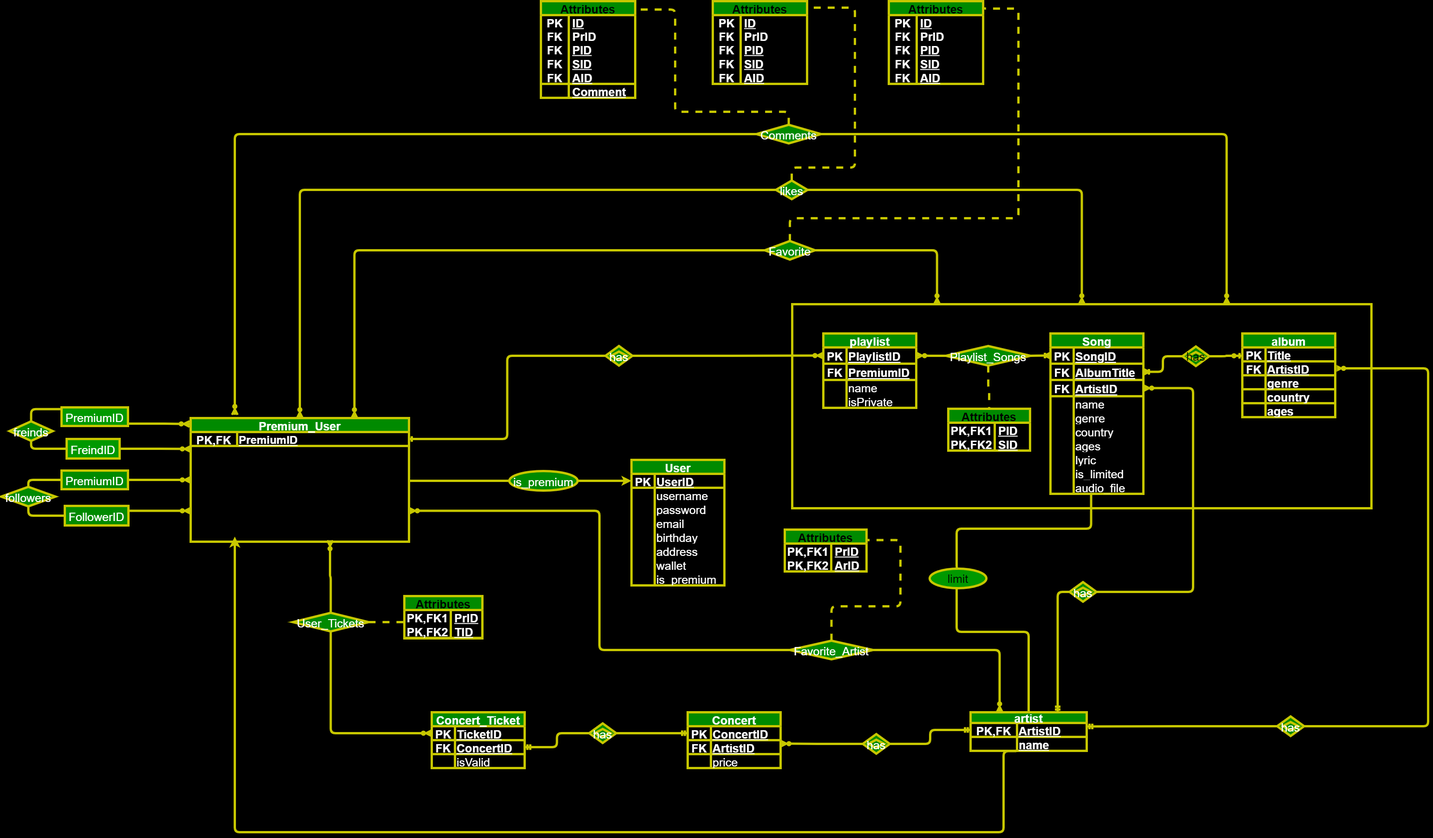
Above: ER/ER-diagram-spotify.png in danialmd81/spotify (draw.io), before the change. Source tidied: cells renumbered, new cells last; positions are measured from the earlier drawing's top-left corner, leaving out a move shared by most shapes.
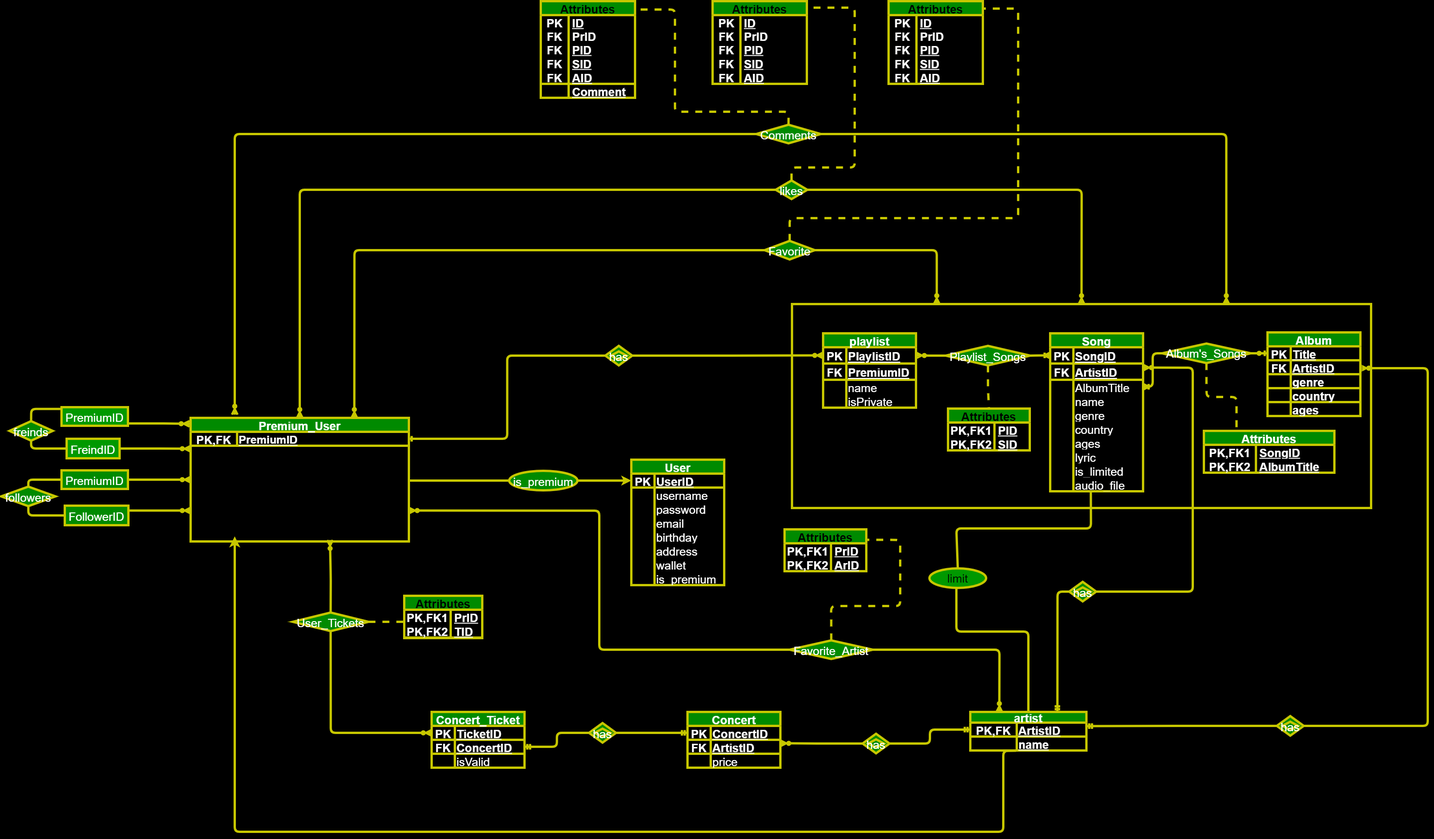
Above is the later version.

Change to the diagram source:
```diff
@@ -164,3 +164,3 @@
     <mxCell id="53" value="Song" style="shape=table;startSize=30;rowLines=0;fontStyle=1;align=center;strokeColor=#C7C700;fontColor=#ffffff;fillColor=#008a00;labelBackgroundColor=none;rounded=0;strokeWidth=5;swimlaneLine=1;fixDash=0;comic=0;enumerate=0;backgroundOutline=0;fontSize=25;labelBorderColor=none;perimeterSpacing=0;swimlaneFillColor=#000000;spacingTop=0;spacingLeft=2;spacingRight=2;" parent="1" vertex="1">
-      <mxGeometry x="2259" y="715" width="200" height="345" as="geometry" />
+      <mxGeometry x="2259" y="715" width="200" height="340" as="geometry" />
     </mxCell>
@@ -175,13 +175,4 @@
     </mxCell>
-    <mxCell id="57" style="shape=tableRow;horizontal=0;startSize=0;swimlaneHead=0;swimlaneBody=0;fillColor=none;top=0;left=0;right=0;bottom=1;strokeColor=#C7C700;fontColor=#FFFFFF;labelBackgroundColor=none;rounded=0;strokeWidth=5;swimlaneLine=1;fixDash=0;comic=0;enumerate=0;backgroundOutline=0;fontSize=25;labelBorderColor=none;perimeterSpacing=0;swimlaneFillColor=#000000;spacingTop=0;spacingLeft=2;spacingRight=2;" parent="53" vertex="1">
-      <mxGeometry y="65" width="200" height="35" as="geometry" />
-    </mxCell>
-    <mxCell id="58" value="FK" style="shape=partialRectangle;fillColor=none;top=0;left=0;bottom=0;right=0;fontStyle=1;overflow=hidden;strokeColor=#C7C700;fontColor=#FFFFFF;labelBackgroundColor=none;rounded=0;strokeWidth=5;swimlaneLine=1;fixDash=0;comic=0;enumerate=0;backgroundOutline=0;fontSize=25;labelBorderColor=none;perimeterSpacing=0;swimlaneFillColor=#000000;spacingTop=0;spacingLeft=2;spacingRight=2;" parent="57" vertex="1">
-      <mxGeometry width="50" height="35" as="geometry" />
-    </mxCell>
-    <mxCell id="59" value="AlbumTitle" style="shape=partialRectangle;fillColor=none;top=0;left=0;bottom=0;right=0;align=left;spacingLeft=2;fontStyle=5;overflow=hidden;strokeColor=#C7C700;fontColor=#FFFFFF;labelBackgroundColor=none;rounded=0;strokeWidth=5;swimlaneLine=1;fixDash=0;snapToPoint=0;comic=0;enumerate=0;backgroundOutline=0;fontSize=25;labelBorderColor=none;perimeterSpacing=0;swimlaneFillColor=#000000;spacingTop=0;spacingRight=2;" parent="57" vertex="1">
-      <mxGeometry x="50" width="150" height="35" as="geometry" />
-    </mxCell>
     <mxCell id="60" style="shape=tableRow;horizontal=0;startSize=0;swimlaneHead=0;swimlaneBody=0;fillColor=none;top=0;left=0;right=0;bottom=1;strokeColor=#C7C700;fontColor=#FFFFFF;labelBackgroundColor=none;rounded=0;strokeWidth=5;swimlaneLine=1;fixDash=0;comic=0;enumerate=0;backgroundOutline=0;fontSize=25;labelBorderColor=none;perimeterSpacing=0;swimlaneFillColor=#000000;spacingTop=0;spacingLeft=2;spacingRight=2;" parent="53" vertex="1">
-      <mxGeometry y="100" width="200" height="35" as="geometry" />
+      <mxGeometry y="65" width="200" height="35" as="geometry" />
     </mxCell>
@@ -193,4 +184,13 @@
     </mxCell>
+    <mxCell id="254" style="shape=tableRow;horizontal=0;startSize=0;swimlaneHead=0;swimlaneBody=0;fillColor=none;top=0;left=0;right=0;bottom=0;strokeColor=#C7C700;fontColor=#FFFFFF;labelBackgroundColor=none;rounded=0;strokeWidth=5;swimlaneLine=1;fixDash=0;comic=0;enumerate=0;backgroundOutline=0;fontSize=25;labelBorderColor=none;perimeterSpacing=0;swimlaneFillColor=#000000;spacingTop=0;spacingLeft=2;spacingRight=2;" parent="53" vertex="1">
+      <mxGeometry y="100" width="200" height="30" as="geometry" />
+    </mxCell>
+    <mxCell id="255" style="shape=partialRectangle;fillColor=none;top=0;left=0;bottom=0;right=0;overflow=hidden;strokeColor=#C7C700;fontColor=#FFFFFF;labelBackgroundColor=none;rounded=0;strokeWidth=5;swimlaneLine=1;fixDash=0;comic=0;enumerate=0;backgroundOutline=0;fontSize=25;labelBorderColor=none;perimeterSpacing=0;swimlaneFillColor=#000000;spacingTop=0;spacingLeft=2;spacingRight=2;" parent="254" vertex="1">
+      <mxGeometry width="50" height="30" as="geometry" />
+    </mxCell>
+    <mxCell id="256" value="AlbumTitle" style="shape=partialRectangle;fillColor=none;top=0;left=0;bottom=0;right=0;align=left;spacingLeft=2;overflow=hidden;strokeColor=#C7C700;fontColor=#FFFFFF;labelBackgroundColor=none;rounded=0;strokeWidth=5;swimlaneLine=1;fixDash=0;snapToPoint=0;comic=0;enumerate=0;backgroundOutline=0;fontSize=25;labelBorderColor=none;perimeterSpacing=0;swimlaneFillColor=#000000;spacingTop=0;spacingRight=2;fontStyle=0;" parent="254" vertex="1">
+      <mxGeometry x="50" width="150" height="30" as="geometry" />
+    </mxCell>
     <mxCell id="63" style="shape=tableRow;horizontal=0;startSize=0;swimlaneHead=0;swimlaneBody=0;fillColor=none;top=0;left=0;right=0;bottom=0;strokeColor=#C7C700;fontColor=#FFFFFF;labelBackgroundColor=none;rounded=0;strokeWidth=5;swimlaneLine=1;fixDash=0;comic=0;enumerate=0;backgroundOutline=0;fontSize=25;labelBorderColor=none;perimeterSpacing=0;swimlaneFillColor=#000000;spacingTop=0;spacingLeft=2;spacingRight=2;" parent="53" vertex="1">
-      <mxGeometry y="135" width="200" height="30" as="geometry" />
+      <mxGeometry y="130" width="200" height="30" as="geometry" />
     </mxCell>
@@ -203,3 +203,3 @@
     <mxCell id="66" style="shape=tableRow;horizontal=0;startSize=0;swimlaneHead=0;swimlaneBody=0;fillColor=none;top=0;left=0;right=0;bottom=0;strokeColor=#C7C700;fontColor=#FFFFFF;labelBackgroundColor=none;rounded=0;strokeWidth=5;swimlaneLine=1;fixDash=0;comic=0;enumerate=0;backgroundOutline=0;fontSize=25;labelBorderColor=none;perimeterSpacing=0;swimlaneFillColor=#000000;spacingTop=0;spacingLeft=2;spacingRight=2;" parent="53" vertex="1">
-      <mxGeometry y="165" width="200" height="30" as="geometry" />
+      <mxGeometry y="160" width="200" height="30" as="geometry" />
     </mxCell>
@@ -212,3 +212,3 @@
     <mxCell id="69" style="shape=tableRow;horizontal=0;startSize=0;swimlaneHead=0;swimlaneBody=0;fillColor=none;top=0;left=0;right=0;bottom=0;strokeColor=#C7C700;fontColor=#FFFFFF;labelBackgroundColor=none;rounded=0;strokeWidth=5;swimlaneLine=1;fixDash=0;comic=0;enumerate=0;backgroundOutline=0;fontSize=25;labelBorderColor=none;perimeterSpacing=0;swimlaneFillColor=#000000;spacingTop=0;spacingLeft=2;spacingRight=2;" parent="53" vertex="1">
-      <mxGeometry y="195" width="200" height="30" as="geometry" />
+      <mxGeometry y="190" width="200" height="30" as="geometry" />
     </mxCell>
@@ -221,3 +221,3 @@
     <mxCell id="72" style="shape=tableRow;horizontal=0;startSize=0;swimlaneHead=0;swimlaneBody=0;fillColor=none;top=0;left=0;right=0;bottom=0;strokeColor=#C7C700;fontColor=#FFFFFF;labelBackgroundColor=none;rounded=0;strokeWidth=5;swimlaneLine=1;fixDash=0;comic=0;enumerate=0;backgroundOutline=0;fontSize=25;labelBorderColor=none;perimeterSpacing=0;swimlaneFillColor=#000000;spacingTop=0;spacingLeft=2;spacingRight=2;" parent="53" vertex="1">
-      <mxGeometry y="225" width="200" height="30" as="geometry" />
+      <mxGeometry y="220" width="200" height="30" as="geometry" />
     </mxCell>
@@ -230,3 +230,3 @@
     <mxCell id="75" style="shape=tableRow;horizontal=0;startSize=0;swimlaneHead=0;swimlaneBody=0;fillColor=none;top=0;left=0;right=0;bottom=0;strokeColor=#C7C700;fontColor=#FFFFFF;labelBackgroundColor=none;rounded=0;strokeWidth=5;swimlaneLine=1;fixDash=0;comic=0;enumerate=0;backgroundOutline=0;fontSize=25;labelBorderColor=none;perimeterSpacing=0;swimlaneFillColor=#000000;spacingTop=0;spacingLeft=2;spacingRight=2;" parent="53" vertex="1">
-      <mxGeometry y="255" width="200" height="30" as="geometry" />
+      <mxGeometry y="250" width="200" height="30" as="geometry" />
     </mxCell>
@@ -239,3 +239,3 @@
     <mxCell id="78" style="shape=tableRow;horizontal=0;startSize=0;swimlaneHead=0;swimlaneBody=0;fillColor=none;top=0;left=0;right=0;bottom=0;strokeColor=#C7C700;fontColor=#FFFFFF;labelBackgroundColor=none;rounded=0;strokeWidth=5;swimlaneLine=1;fixDash=0;comic=0;enumerate=0;backgroundOutline=0;fontSize=25;labelBorderColor=none;perimeterSpacing=0;swimlaneFillColor=#000000;spacingTop=0;spacingLeft=2;spacingRight=2;" parent="53" vertex="1">
-      <mxGeometry y="285" width="200" height="30" as="geometry" />
+      <mxGeometry y="280" width="200" height="30" as="geometry" />
     </mxCell>
@@ -248,3 +248,3 @@
     <mxCell id="81" style="shape=tableRow;horizontal=0;startSize=0;swimlaneHead=0;swimlaneBody=0;fillColor=none;top=0;left=0;right=0;bottom=0;strokeColor=#C7C700;fontColor=#FFFFFF;labelBackgroundColor=none;rounded=0;strokeWidth=5;swimlaneLine=1;fixDash=0;comic=0;enumerate=0;backgroundOutline=0;fontSize=25;labelBorderColor=none;perimeterSpacing=0;swimlaneFillColor=#000000;spacingTop=0;spacingLeft=2;spacingRight=2;" parent="53" vertex="1">
-      <mxGeometry y="315" width="200" height="30" as="geometry" />
+      <mxGeometry y="310" width="200" height="30" as="geometry" />
     </mxCell>
@@ -469,3 +469,3 @@
     </mxCell>
-    <mxCell id="141" style="edgeStyle=orthogonalEdgeStyle;fontSize=25;endArrow=ERzeroToMany;endFill=0;labelBackgroundColor=none;strokeColor=#C7C700;fontFamily=Helvetica;fontColor=#FFFFFF;fillColor=#A8DADC;shape=connector;exitX=1;exitY=0.5;exitDx=0;exitDy=0;strokeWidth=5;swimlaneLine=1;fixDash=0;snapToPoint=0;comic=0;enumerate=0;backgroundOutline=0;labelBorderColor=none;entryX=1;entryY=0.5;entryDx=0;entryDy=0;rounded=1;spacingTop=0;spacingLeft=2;spacingRight=2;" parent="1" edge="1" source="139" target="62">
+    <mxCell id="141" style="edgeStyle=orthogonalEdgeStyle;fontSize=25;endArrow=ERzeroToMany;endFill=0;labelBackgroundColor=none;strokeColor=#C7C700;fontFamily=Helvetica;fontColor=#FFFFFF;fillColor=#A8DADC;shape=connector;exitX=1;exitY=0.5;exitDx=0;exitDy=0;strokeWidth=5;swimlaneLine=1;fixDash=0;snapToPoint=0;comic=0;enumerate=0;backgroundOutline=0;labelBorderColor=none;entryX=1;entryY=0.25;entryDx=0;entryDy=0;rounded=1;spacingTop=0;spacingLeft=2;spacingRight=2;" parent="1" edge="1" source="139" target="62">
       <mxGeometry relative="1" as="geometry">
@@ -473,3 +473,4 @@
           <mxPoint x="2566" y="1271" />
-          <mxPoint x="2566" y="833" />
+          <mxPoint x="2566" y="789" />
+          <mxPoint x="2563" y="789" />
         </Array>
@@ -485,9 +486,7 @@
     </mxCell>
-    <mxCell id="143" style="edgeStyle=orthogonalEdgeStyle;shape=connector;exitX=0;exitY=0.5;exitDx=0;exitDy=0;labelBackgroundColor=none;strokeColor=#C7C700;fontFamily=Helvetica;fontSize=25;fontColor=#FFFFFF;startArrow=none;startFill=0;endArrow=ERoneToMany;endFill=0;fillColor=#A8DADC;entryX=1;entryY=0.5;entryDx=0;entryDy=0;strokeWidth=5;swimlaneLine=1;fixDash=0;snapToPoint=0;comic=0;enumerate=0;backgroundOutline=0;labelBorderColor=none;rounded=1;spacingTop=0;spacingLeft=2;spacingRight=2;" parent="1" edge="1" source="195" target="59">
+    <mxCell id="143" style="edgeStyle=orthogonalEdgeStyle;shape=connector;exitX=0;exitY=0.5;exitDx=0;exitDy=0;labelBackgroundColor=none;strokeColor=#C7C700;fontFamily=Helvetica;fontSize=25;fontColor=#FFFFFF;startArrow=none;startFill=0;endArrow=ERoneToMany;endFill=0;fillColor=#A8DADC;entryX=1;entryY=0.5;entryDx=0;entryDy=0;strokeWidth=5;swimlaneLine=1;fixDash=0;snapToPoint=0;comic=0;enumerate=0;backgroundOutline=0;labelBorderColor=none;rounded=1;spacingTop=0;spacingLeft=2;spacingRight=2;" parent="1" edge="1" source="258" target="256">
       <mxGeometry relative="1" as="geometry" />
     </mxCell>
-    <mxCell id="144" style="fontSize=25;endArrow=ERzeroToOne;endFill=0;labelBackgroundColor=none;strokeColor=#C7C700;fontFamily=Helvetica;fontColor=#FFFFFF;fillColor=#A8DADC;shape=connector;strokeWidth=5;swimlaneLine=1;fixDash=0;snapToPoint=0;comic=0;enumerate=0;backgroundOutline=0;labelBorderColor=none;edgeStyle=orthogonalEdgeStyle;rounded=1;spacingTop=0;spacingLeft=2;spacingRight=2;exitX=1;exitY=0.5;exitDx=0;exitDy=0;" parent="1" edge="1" source="195">
-      <mxGeometry relative="1" as="geometry">
-        <mxPoint x="2672" y="763" as="targetPoint" />
-      </mxGeometry>
+    <mxCell id="144" style="fontSize=25;endArrow=ERzeroToOne;endFill=0;labelBackgroundColor=none;strokeColor=#C7C700;fontFamily=Helvetica;fontColor=#FFFFFF;fillColor=#A8DADC;shape=connector;strokeWidth=5;swimlaneLine=1;fixDash=0;snapToPoint=0;comic=0;enumerate=0;backgroundOutline=0;labelBorderColor=none;edgeStyle=orthogonalEdgeStyle;rounded=1;spacingTop=0;spacingLeft=2;spacingRight=2;exitX=1;exitY=0.5;exitDx=0;exitDy=0;entryX=0;entryY=0.5;entryDx=0;entryDy=0;" parent="1" edge="1" source="258" target="164">
+      <mxGeometry relative="1" as="geometry" />
     </mxCell>
@@ -544,4 +543,4 @@
     </mxCell>
-    <mxCell id="162" value="album" style="shape=table;startSize=30;rowLines=0;fontStyle=1;align=center;labelBackgroundColor=none;shadow=1;rounded=0;fillColor=#008a00;fontColor=#ffffff;strokeColor=#C7C700;strokeWidth=5;swimlaneLine=1;fixDash=0;comic=0;enumerate=0;backgroundOutline=0;fontSize=25;labelBorderColor=none;perimeterSpacing=0;swimlaneFillColor=#000000;spacingTop=0;spacingLeft=2;spacingRight=2;" parent="1" vertex="1">
-      <mxGeometry x="2672" y="715" width="200" height="180" as="geometry" />
+    <mxCell id="162" value="Album" style="shape=table;startSize=30;rowLines=0;fontStyle=1;align=center;labelBackgroundColor=none;shadow=1;rounded=0;fillColor=#008a00;fontColor=#ffffff;strokeColor=#C7C700;strokeWidth=5;swimlaneLine=1;fixDash=0;comic=0;enumerate=0;backgroundOutline=0;fontSize=25;labelBorderColor=none;perimeterSpacing=0;swimlaneFillColor=#000000;spacingTop=0;spacingLeft=2;spacingRight=2;" parent="1" vertex="1">
+      <mxGeometry x="2727" y="713" width="200" height="180" as="geometry" />
     </mxCell>
@@ -648,5 +647,2 @@
     </mxCell>
-    <mxCell id="195" value="has" style="shape=rhombus;double=1;perimeter=rhombusPerimeter;whiteSpace=wrap;html=1;align=center;rounded=0;labelBackgroundColor=none;labelBorderColor=none;comic=0;strokeColor=#C7C700;strokeWidth=5;fontFamily=Helvetica;fontSize=25;fontColor=default;startSize=30;fillColor=#008a00;" parent="1" vertex="1">
-      <mxGeometry x="2543" y="743" width="58" height="42" as="geometry" />
-    </mxCell>
     <mxCell id="196" value="Attributes" style="shape=table;startSize=30;rowLines=0;fontStyle=1;align=center;rounded=0;labelBackgroundColor=none;labelBorderColor=none;comic=0;strokeColor=#C7C700;strokeWidth=5;fontFamily=Helvetica;fontSize=25;fontColor=default;fillColor=#008a00;" parent="1" vertex="1">
@@ -825,2 +821,29 @@
     </mxCell>
+    <mxCell id="257" style="edgeStyle=orthogonalEdgeStyle;html=1;exitX=0.5;exitY=1;exitDx=0;exitDy=0;entryX=0.25;entryY=0;entryDx=0;entryDy=0;fontFamily=Helvetica;fontSize=25;fontColor=#FFFFFF;labelBackgroundColor=none;endArrow=none;strokeColor=#C7C700;comic=0;labelBorderColor=none;strokeWidth=5;endFill=0;targetPerimeterSpacing=0;fillColor=#A8DADC;dashed=1;" parent="1" edge="1" source="258" target="259">
+      <mxGeometry relative="1" as="geometry" />
+    </mxCell>
+    <mxCell id="258" value="Album's_Songs" style="shape=rhombus;perimeter=rhombusPerimeter;whiteSpace=wrap;html=1;align=center;rounded=0;labelBackgroundColor=none;labelBorderColor=none;comic=0;strokeColor=#C7C700;strokeWidth=5;fontFamily=Helvetica;fontSize=25;fontColor=#FFFFFF;fillColor=#008a00;gradientColor=none;" parent="1" vertex="1">
+      <mxGeometry x="2500" y="737" width="191" height="42" as="geometry" />
+    </mxCell>
+    <mxCell id="259" value="Attributes" style="shape=table;startSize=30;rowLines=0;fontStyle=1;align=center;rounded=0;labelBackgroundColor=none;labelBorderColor=none;comic=0;strokeColor=#C7C700;strokeWidth=5;fontFamily=Helvetica;fontSize=25;fontColor=#FFFFFF;fillColor=#008a00;gradientColor=none;" parent="1" vertex="1">
+      <mxGeometry x="2590" y="925" width="281" height="90" as="geometry" />
+    </mxCell>
+    <mxCell id="260" style="shape=tableRow;horizontal=0;startSize=0;swimlaneHead=0;swimlaneBody=0;fillColor=none;top=0;left=0;right=0;bottom=0;rounded=0;labelBackgroundColor=none;labelBorderColor=none;comic=0;strokeColor=#C7C700;strokeWidth=5;fontFamily=Helvetica;fontSize=25;fontColor=#FFFFFF;" parent="259" vertex="1">
+      <mxGeometry y="30" width="281" height="30" as="geometry" />
+    </mxCell>
+    <mxCell id="261" value="PK,FK1" style="shape=partialRectangle;fillColor=none;top=0;left=0;bottom=0;right=0;fontStyle=1;overflow=hidden;rounded=0;labelBackgroundColor=none;labelBorderColor=none;comic=0;strokeColor=#C7C700;strokeWidth=5;fontFamily=Helvetica;fontSize=25;fontColor=#FFFFFF;" parent="260" vertex="1">
+      <mxGeometry width="112.1" height="30" as="geometry" />
+    </mxCell>
+    <mxCell id="262" value="SongID" style="shape=partialRectangle;fillColor=none;top=0;left=0;bottom=0;right=0;align=left;spacingLeft=6;fontStyle=5;overflow=hidden;rounded=0;labelBackgroundColor=none;labelBorderColor=none;comic=0;strokeColor=#C7C700;strokeWidth=5;fontFamily=Helvetica;fontSize=25;fontColor=#FFFFFF;" parent="260" vertex="1">
+      <mxGeometry x="112.1" width="168.9" height="30" as="geometry" />
+    </mxCell>
+    <mxCell id="263" style="shape=tableRow;horizontal=0;startSize=0;swimlaneHead=0;swimlaneBody=0;fillColor=none;top=0;left=0;right=0;bottom=1;rounded=0;labelBackgroundColor=none;labelBorderColor=none;comic=0;strokeColor=#C7C700;strokeWidth=5;fontFamily=Helvetica;fontSize=25;fontColor=#FFFFFF;" parent="259" vertex="1">
+      <mxGeometry y="60" width="281" height="30" as="geometry" />
+    </mxCell>
+    <mxCell id="264" value="PK,FK2" style="shape=partialRectangle;fillColor=none;top=0;left=0;bottom=0;right=0;fontStyle=1;overflow=hidden;rounded=0;labelBackgroundColor=none;labelBorderColor=none;comic=0;strokeColor=#C7C700;strokeWidth=5;fontFamily=Helvetica;fontSize=25;fontColor=#FFFFFF;" parent="263" vertex="1">
+      <mxGeometry width="112.1" height="30" as="geometry" />
+    </mxCell>
+    <mxCell id="265" value="AlbumTitle" style="shape=partialRectangle;fillColor=none;top=0;left=0;bottom=0;right=0;align=left;spacingLeft=6;fontStyle=5;overflow=hidden;rounded=0;labelBackgroundColor=none;labelBorderColor=none;comic=0;strokeColor=#C7C700;strokeWidth=5;fontFamily=Helvetica;fontSize=25;fontColor=#FFFFFF;" parent="263" vertex="1">
+      <mxGeometry x="112.1" width="168.9" height="30" as="geometry" />
+    </mxCell>
   </root>
```
